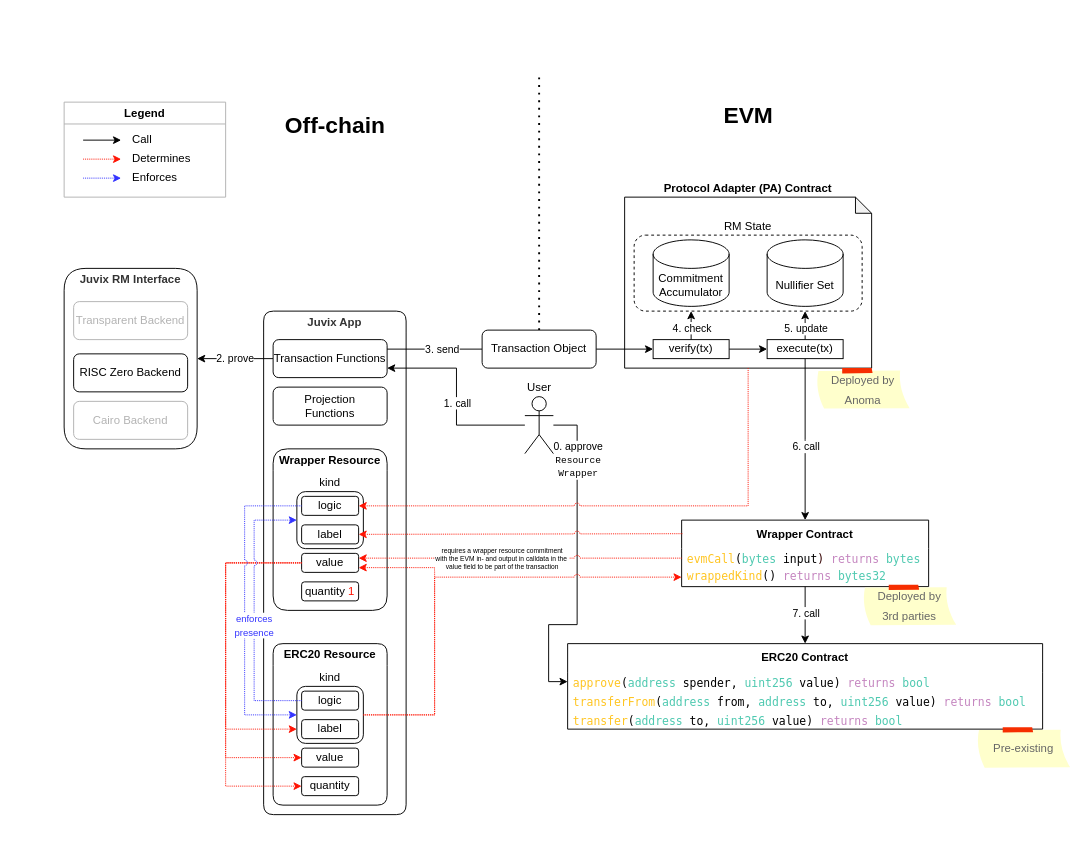
Earlier version of the draw.io diagram page "PA v3" (3 of 5) of EVMProtocolAdapter.drawio (anoma/evm-protocol-adapter). Source tidied: cells renumbered, new cells numbered last; positions are measured from the earlier drawing's top-left corner, leaving out a move shared by most shapes. Both pictures are drawn from the tidied source at 95%, with x=0, y=0 at pixel (16, 16).
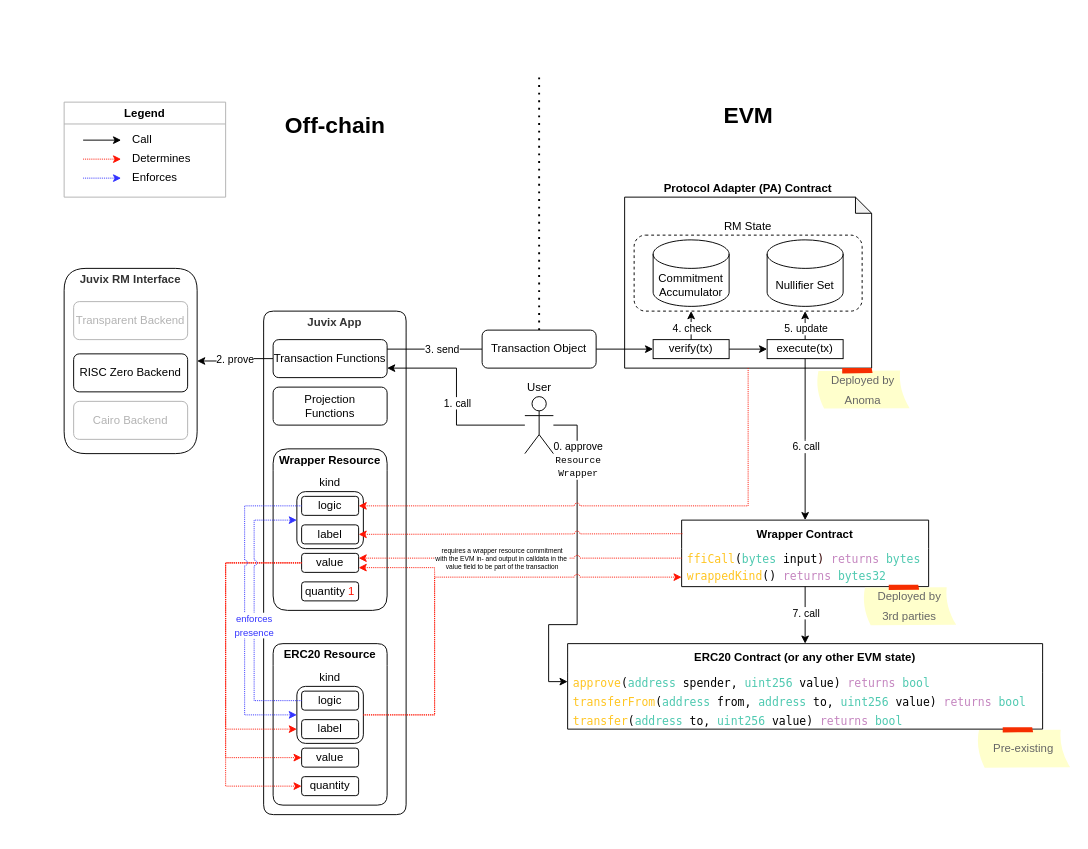
The same page after the edit.

The change refers to these unchanged cells:
```xml
<mxCell id="54" value="&lt;b&gt;Wrapper C&lt;/b&gt;&lt;b style=&quot;background-color: transparent; color: light-dark(rgb(0, 0, 0), rgb(255, 255, 255));&quot;&gt;ontract&lt;/b&gt;" style="swimlane;fontStyle=0;horizontal=1;startSize=30;whiteSpace=wrap;html=1;rounded=0;swimlaneLine=0;" parent="1" vertex="1">
  <mxGeometry x="700" y="530" width="260" height="70" as="geometry" />
</mxCell>
```

Change to the diagram source:
```diff
@@
     <mxCell id="27" value="&lt;b style=&quot;color: rgb(51, 51, 51);&quot;&gt;Juvix&amp;nbsp;&lt;/b&gt;&lt;b style=&quot;color: rgb(51, 51, 51);&quot;&gt;RM&lt;/b&gt;&lt;b style=&quot;color: rgb(51, 51, 51);&quot;&gt;&amp;nbsp;Interface&lt;/b&gt;" style="swimlane;whiteSpace=wrap;html=1;startSize=23;rounded=1;swimlaneLine=0;arcSize=50;" parent="1" vertex="1">
-      <mxGeometry x="50" y="265" width="140" height="190" as="geometry" />
+      <mxGeometry x="50" y="265" width="140" height="195" as="geometry" />
     </mxCell>
@@
-    <mxCell id="55" value="&lt;div style=&quot;font-family: Menlo, Monaco, &amp;quot;Courier New&amp;quot;, monospace; line-height: 18px; white-space: pre;&quot;&gt;&lt;span style=&quot;color: rgb(255, 197, 34);&quot;&gt;evmCall&lt;/span&gt;&lt;font style=&quot;color: rgb(0, 0, 0);&quot;&gt;(&lt;/font&gt;&lt;span style=&quot;color: rgb(78, 201, 176);&quot;&gt;bytes &lt;/span&gt;&lt;font style=&quot;color: rgb(0, 0, 0);&quot;&gt;input&lt;/font&gt;&lt;font style=&quot;color: rgb(51, 0, 0);&quot;&gt;)&lt;/font&gt;&lt;font style=&quot;color: rgb(51, 0, 0);&quot;&gt; &lt;/font&gt;&lt;span style=&quot;color: rgb(197, 134, 192);&quot;&gt;returns&lt;/span&gt;&lt;font style=&quot;color: rgb(51, 0, 0);&quot;&gt; &lt;/font&gt;&lt;span style=&quot;color: rgb(78, 201, 176);&quot;&gt;bytes&lt;/span&gt;&lt;/div&gt;" style="text;strokeColor=none;fillColor=none;align=left;verticalAlign=middle;spacingLeft=4;spacingRight=4;overflow=hidden;points=[[0,0.5],[1,0.5]];portConstraint=eastwest;whiteSpace=wrap;html=1;" parent="54" vertex="1">
+    <mxCell id="55" value="&lt;div style=&quot;font-family: Menlo, Monaco, &amp;quot;Courier New&amp;quot;, monospace; line-height: 18px; white-space: pre;&quot;&gt;&lt;span style=&quot;color: rgb(255, 197, 34);&quot;&gt;ffiCall&lt;/span&gt;&lt;font style=&quot;color: rgb(0, 0, 0);&quot;&gt;(&lt;/font&gt;&lt;span style=&quot;color: rgb(78, 201, 176);&quot;&gt;bytes &lt;/span&gt;&lt;font style=&quot;color: rgb(0, 0, 0);&quot;&gt;input&lt;/font&gt;&lt;font style=&quot;color: rgb(51, 0, 0);&quot;&gt;)&lt;/font&gt;&lt;font style=&quot;color: rgb(51, 0, 0);&quot;&gt; &lt;/font&gt;&lt;span style=&quot;color: rgb(197, 134, 192);&quot;&gt;returns&lt;/span&gt;&lt;font style=&quot;color: rgb(51, 0, 0);&quot;&gt; &lt;/font&gt;&lt;span style=&quot;color: rgb(78, 201, 176);&quot;&gt;bytes&lt;/span&gt;&lt;/div&gt;" style="text;strokeColor=none;fillColor=none;align=left;verticalAlign=middle;spacingLeft=4;spacingRight=4;overflow=hidden;points=[[0,0.5],[1,0.5]];portConstraint=eastwest;whiteSpace=wrap;html=1;" parent="54" vertex="1">
       <mxGeometry y="30" width="260" height="20" as="geometry" />
     </mxCell>
@@
-    <mxCell id="59" value="&lt;b&gt;ERC20 Contract&lt;/b&gt;" style="swimlane;fontStyle=0;horizontal=1;startSize=30;whiteSpace=wrap;html=1;rounded=0;swimlaneLine=0;" parent="1" vertex="1">
+    <mxCell id="59" value="&lt;b&gt;ERC20 Contract (or any other EVM state)&lt;/b&gt;" style="swimlane;fontStyle=0;horizontal=1;startSize=30;whiteSpace=wrap;html=1;rounded=0;swimlaneLine=0;" parent="1" vertex="1">
       <mxGeometry x="580" y="660" width="500" height="90" as="geometry" />
     </mxCell>
```
